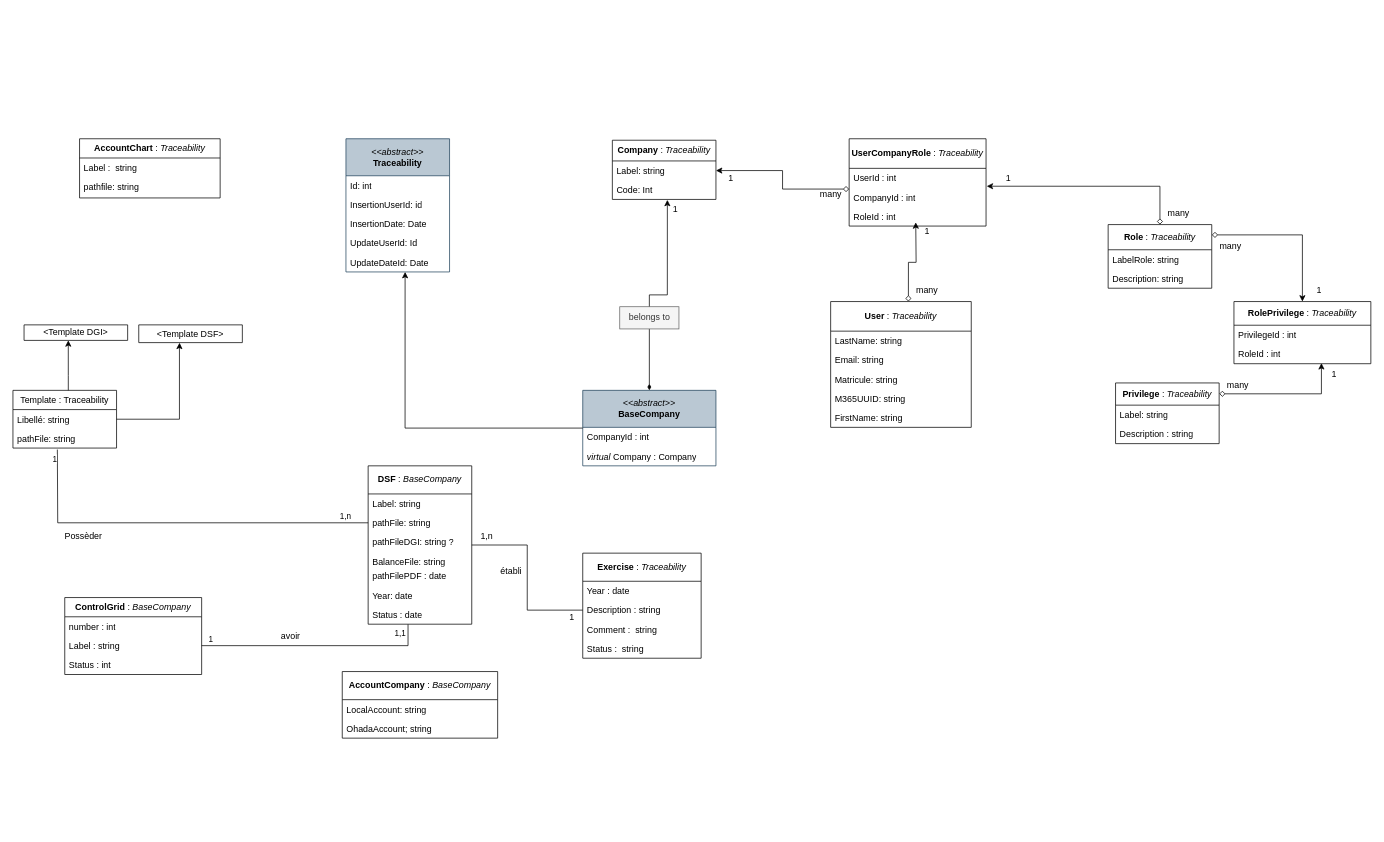
Above: page "Diagramme_classe" (1 of 5) of Conception_DSF.drawio in Michelle-Ngami/Conception_DSF (draw.io), before the change. Source tidied: cells renumbered, new cells numbered last; positions are measured from the earlier drawing's top-left corner, leaving out a move shared by most shapes. Both pictures are drawn from the tidied source at 74%, with x=0, y=0 at pixel (13, 138).
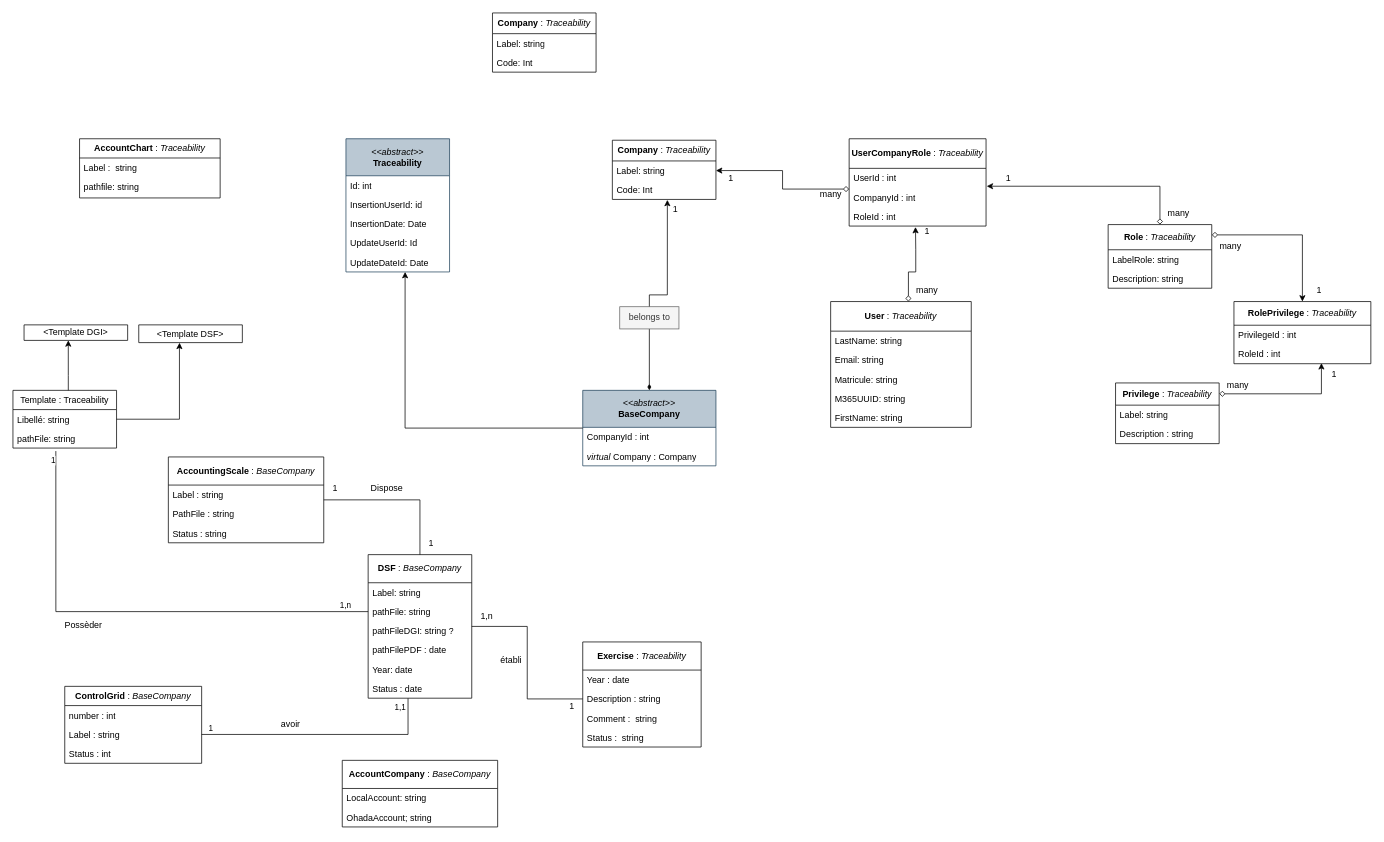
The same diagram, later.

Unchanged cells that the change refers to:
```xml
<mxCell id="2" value="&lt;b&gt;User&lt;/b&gt; : &lt;i&gt;Traceability&lt;/i&gt;" style="swimlane;fontStyle=0;horizontal=1;startSize=40;fillColor=none;whiteSpace=wrap;html=1;" parent="1" vertex="1">
  <mxGeometry x="1105" y="220" width="190" height="170" as="geometry" />
</mxCell>
<mxCell id="20" value="pathFile: string" style="text;strokeColor=none;fillColor=none;align=left;verticalAlign=top;spacingLeft=4;spacingRight=4;overflow=hidden;points=[[0,0.5],[1,0.5]];portConstraint=eastwest;whiteSpace=wrap;html=1;" parent="18" vertex="1">
  <mxGeometry y="64" width="140" height="26" as="geometry" />
</mxCell>
<mxCell id="36" value="pathFile: string" style="text;strokeColor=none;fillColor=none;align=left;verticalAlign=top;spacingLeft=4;spacingRight=4;overflow=hidden;points=[[0,0.5],[1,0.5]];portConstraint=eastwest;whiteSpace=wrap;html=1;" parent="34" vertex="1">
  <mxGeometry y="52" width="140" height="26" as="geometry" />
</mxCell>
<mxCell id="73" value="1" style="text;html=1;align=center;verticalAlign=middle;points=[];strokeColor=none;fillColor=none;" parent="1" vertex="1">
  <mxGeometry x="1220" y="110" width="30" height="30" as="geometry" />
</mxCell>
```

What changed in the source:
```diff
@@
     <mxCell id="18" value="&lt;b&gt;DSF &lt;/b&gt;: &lt;i&gt;BaseCompany&lt;/i&gt;" style="swimlane;fontStyle=0;horizontal=1;startSize=38;fillColor=none;whiteSpace=wrap;html=1;" parent="1" vertex="1">
-      <mxGeometry x="480" y="442" width="140" height="214" as="geometry" />
+      <mxGeometry x="480" y="562" width="140" height="194" as="geometry" />
     </mxCell>
@@
-    <mxCell id="22" value="BalanceFile: string" style="text;strokeColor=none;fillColor=none;align=left;verticalAlign=top;spacingLeft=4;spacingRight=4;overflow=hidden;whiteSpace=wrap;html=1;" parent="18" vertex="1">
-      <mxGeometry y="116" width="140" height="20" as="geometry" />
-    </mxCell>
     <mxCell id="23" value="pathFilePDF : date" style="text;strokeColor=none;fillColor=none;align=left;verticalAlign=top;spacingLeft=4;spacingRight=4;overflow=hidden;whiteSpace=wrap;html=1;" parent="18" vertex="1">
-      <mxGeometry y="136" width="140" height="26" as="geometry" />
+      <mxGeometry y="116" width="140" height="26" as="geometry" />
     </mxCell>
     <mxCell id="24" value="Year: date" style="text;strokeColor=none;fillColor=none;align=left;verticalAlign=top;spacingLeft=4;spacingRight=4;overflow=hidden;whiteSpace=wrap;html=1;" parent="18" vertex="1">
-      <mxGeometry y="162" width="140" height="26" as="geometry" />
+      <mxGeometry y="142" width="140" height="26" as="geometry" />
     </mxCell>
     <mxCell id="25" value="Status : date" style="text;strokeColor=none;fillColor=none;align=left;verticalAlign=top;spacingLeft=4;spacingRight=4;overflow=hidden;points=[[0,0.5],[1,0.5]];portConstraint=eastwest;whiteSpace=wrap;html=1;" parent="18" vertex="1">
-      <mxGeometry y="188" width="140" height="26" as="geometry" />
+      <mxGeometry y="168" width="140" height="26" as="geometry" />
     </mxCell>
     <mxCell id="26" value="&lt;b&gt;AccountCompany&lt;/b&gt; : &lt;i&gt;BaseCompany&lt;/i&gt;" style="swimlane;fontStyle=0;horizontal=1;startSize=38;fillColor=none;whiteSpace=wrap;html=1;" parent="1" vertex="1">
-      <mxGeometry x="445" y="720" width="210" height="90" as="geometry" />
+      <mxGeometry x="445" y="840" width="210" height="90" as="geometry" />
     </mxCell>
@@
     <mxCell id="37" value="&lt;b&gt;ControlGrid&amp;nbsp;&lt;/b&gt;: &lt;i&gt;BaseCompany&lt;/i&gt;" style="swimlane;fontStyle=0;horizontal=1;startSize=26;fillColor=none;whiteSpace=wrap;html=1;" parent="1" vertex="1">
-      <mxGeometry x="70" y="620" width="185" height="104" as="geometry" />
+      <mxGeometry x="70" y="740" width="185" height="104" as="geometry" />
     </mxCell>
@@
     <mxCell id="44" value="avoir" style="text;html=1;align=center;verticalAlign=middle;strokeColor=none;fillColor=none;" parent="1" vertex="1">
-      <mxGeometry x="350" y="657" width="50" height="30" as="geometry" />
+      <mxGeometry x="350" y="777" width="50" height="30" as="geometry" />
     </mxCell>
-    <mxCell id="45" style="endArrow=none;html=1;edgeStyle=orthogonalEdgeStyle;rounded=0;exitX=0;exitY=0.5;exitDx=0;exitDy=0;" parent="1" edge="1" source="20">
+    <mxCell id="45" style="endArrow=none;html=1;edgeStyle=orthogonalEdgeStyle;rounded=0;exitX=0;exitY=0.5;exitDx=0;exitDy=0;entryX=0.414;entryY=1.156;entryDx=0;entryDy=0;entryPerimeter=0;" parent="1" edge="1" source="20" target="36">
       <mxGeometry relative="1" as="geometry">
-        <mxPoint x="60" y="420" as="targetPoint" />
+        <Array as="points">
+          <mxPoint x="58" y="639" />
+        </Array>
       </mxGeometry>
     </mxCell>
@@
     <mxCell id="48" value="Possèder" style="text;html=1;align=center;verticalAlign=middle;strokeColor=none;fillColor=none;" parent="1" vertex="1">
-      <mxGeometry x="60" y="523" width="70" height="30" as="geometry" />
+      <mxGeometry x="60" y="643" width="70" height="30" as="geometry" />
     </mxCell>
@@
-    <mxCell id="71" style="edgeStyle=orthogonalEdgeStyle;rounded=0;jettySize=auto;html=1;entryX=1;entryY=0.5;entryDx=0;entryDy=0;startArrow=diamond;startFill=0;exitX=0.553;exitY=0;exitDx=0;exitDy=0;exitPerimeter=0;" parent="1" edge="1" source="2">
+    <mxCell id="71" style="edgeStyle=orthogonalEdgeStyle;rounded=0;jettySize=auto;html=1;entryX=-0.012;entryY=0.31;entryDx=0;entryDy=0;startArrow=diamond;startFill=0;exitX=0.553;exitY=0;exitDx=0;exitDy=0;exitPerimeter=0;entryPerimeter=0;" parent="1" edge="1" source="2" target="73">
       <mxGeometry relative="1" as="geometry">
-        <mxPoint x="1220" y="113" as="targetPoint" />
+        <Array as="points">
+          <mxPoint x="1210" y="180" />
+          <mxPoint x="1220" y="180" />
+          <mxPoint x="1220" y="150" />
+          <mxPoint x="1220" y="150" />
+        </Array>
       </mxGeometry>
     </mxCell>
@@
     <mxCell id="86" value="&lt;b&gt;Exercise&amp;nbsp;&lt;/b&gt;: &lt;i&gt;Traceability&lt;/i&gt;" style="swimlane;fontStyle=0;horizontal=1;startSize=38;fillColor=none;whiteSpace=wrap;html=1;" parent="1" vertex="1">
-      <mxGeometry x="770" y="560" width="160" height="142" as="geometry" />
+      <mxGeometry x="770" y="680" width="160" height="142" as="geometry" />
     </mxCell>
@@
     <mxCell id="91" value="1" style="text;html=1;align=center;verticalAlign=middle;strokeColor=none;fillColor=none;" parent="1" vertex="1">
-      <mxGeometry x="740" y="632" width="30" height="30" as="geometry" />
+      <mxGeometry x="740" y="752" width="30" height="30" as="geometry" />
     </mxCell>
     <mxCell id="92" value="1,n" style="text;html=1;align=center;verticalAlign=middle;strokeColor=none;fillColor=none;" parent="1" vertex="1">
-      <mxGeometry x="620" y="523" width="40" height="30" as="geometry" />
+      <mxGeometry x="620" y="630" width="40" height="30" as="geometry" />
     </mxCell>
     <mxCell id="93" value="établi" style="text;html=1;align=center;verticalAlign=middle;strokeColor=none;fillColor=none;" parent="1" vertex="1">
-      <mxGeometry x="648" y="570" width="50" height="30" as="geometry" />
+      <mxGeometry x="648" y="690" width="50" height="30" as="geometry" />
     </mxCell>
+    <mxCell id="94" value="&lt;b&gt;AccountingScale&amp;nbsp;&lt;/b&gt;: &lt;i&gt;BaseCompany&lt;/i&gt;" style="swimlane;fontStyle=0;horizontal=1;startSize=38;fillColor=none;whiteSpace=wrap;html=1;" parent="1" vertex="1">
+      <mxGeometry x="210" y="430" width="210" height="116" as="geometry" />
+    </mxCell>
+    <mxCell id="95" value="Label : string" style="text;strokeColor=none;fillColor=none;align=left;verticalAlign=top;spacingLeft=4;spacingRight=4;overflow=hidden;whiteSpace=wrap;html=1;" parent="94" vertex="1">
+      <mxGeometry y="38" width="210" height="26" as="geometry" />
+    </mxCell>
+    <mxCell id="96" value="PathFile : string" style="text;strokeColor=none;fillColor=none;align=left;verticalAlign=top;spacingLeft=4;spacingRight=4;overflow=hidden;whiteSpace=wrap;html=1;" parent="94" vertex="1">
+      <mxGeometry y="64" width="210" height="26" as="geometry" />
+    </mxCell>
+    <mxCell id="97" value="Status : string" style="text;strokeColor=none;fillColor=none;align=left;verticalAlign=top;spacingLeft=4;spacingRight=4;overflow=hidden;whiteSpace=wrap;html=1;" parent="94" vertex="1">
+      <mxGeometry y="90" width="210" height="26" as="geometry" />
+    </mxCell>
+    <mxCell id="98" style="edgeStyle=orthogonalEdgeStyle;rounded=0;jettySize=auto;html=1;entryX=0.5;entryY=0;entryDx=0;entryDy=0;endArrow=none;startFill=0;" parent="1" edge="1" source="94" target="18">
+      <mxGeometry relative="1" as="geometry" />
+    </mxCell>
+    <mxCell id="99" value="1" style="text;html=1;align=center;verticalAlign=middle;strokeColor=none;fillColor=none;" parent="1" vertex="1">
+      <mxGeometry x="550" y="532" width="30" height="30" as="geometry" />
+    </mxCell>
+    <mxCell id="100" value="1" style="text;html=1;align=center;verticalAlign=middle;strokeColor=none;fillColor=none;" parent="1" vertex="1">
+      <mxGeometry x="420" y="458" width="30" height="30" as="geometry" />
+    </mxCell>
+    <mxCell id="101" value="Dispose" style="text;html=1;align=center;verticalAlign=middle;strokeColor=none;fillColor=none;" parent="1" vertex="1">
+      <mxGeometry x="470" y="458" width="70" height="30" as="geometry" />
+    </mxCell>
+    <mxCell id="102" value="&lt;b&gt;Company &lt;/b&gt;: &lt;i&gt;Traceability&lt;/i&gt;" style="swimlane;fontStyle=0;horizontal=1;startSize=28;fillColor=none;whiteSpace=wrap;html=1;" parent="1" vertex="1">
+      <mxGeometry x="648" y="-170" width="140" height="80" as="geometry" />
+    </mxCell>
+    <mxCell id="103" value="Label: string" style="text;strokeColor=none;fillColor=none;align=left;verticalAlign=top;spacingLeft=4;spacingRight=4;overflow=hidden;whiteSpace=wrap;html=1;" parent="102" vertex="1">
+      <mxGeometry y="28" width="140" height="26" as="geometry" />
+    </mxCell>
+    <mxCell id="104" value="Code: Int" style="text;strokeColor=none;fillColor=none;align=left;verticalAlign=top;spacingLeft=4;spacingRight=4;overflow=hidden;whiteSpace=wrap;html=1;" parent="102" vertex="1">
+      <mxGeometry y="54" width="140" height="26" as="geometry" />
+    </mxCell>
```
